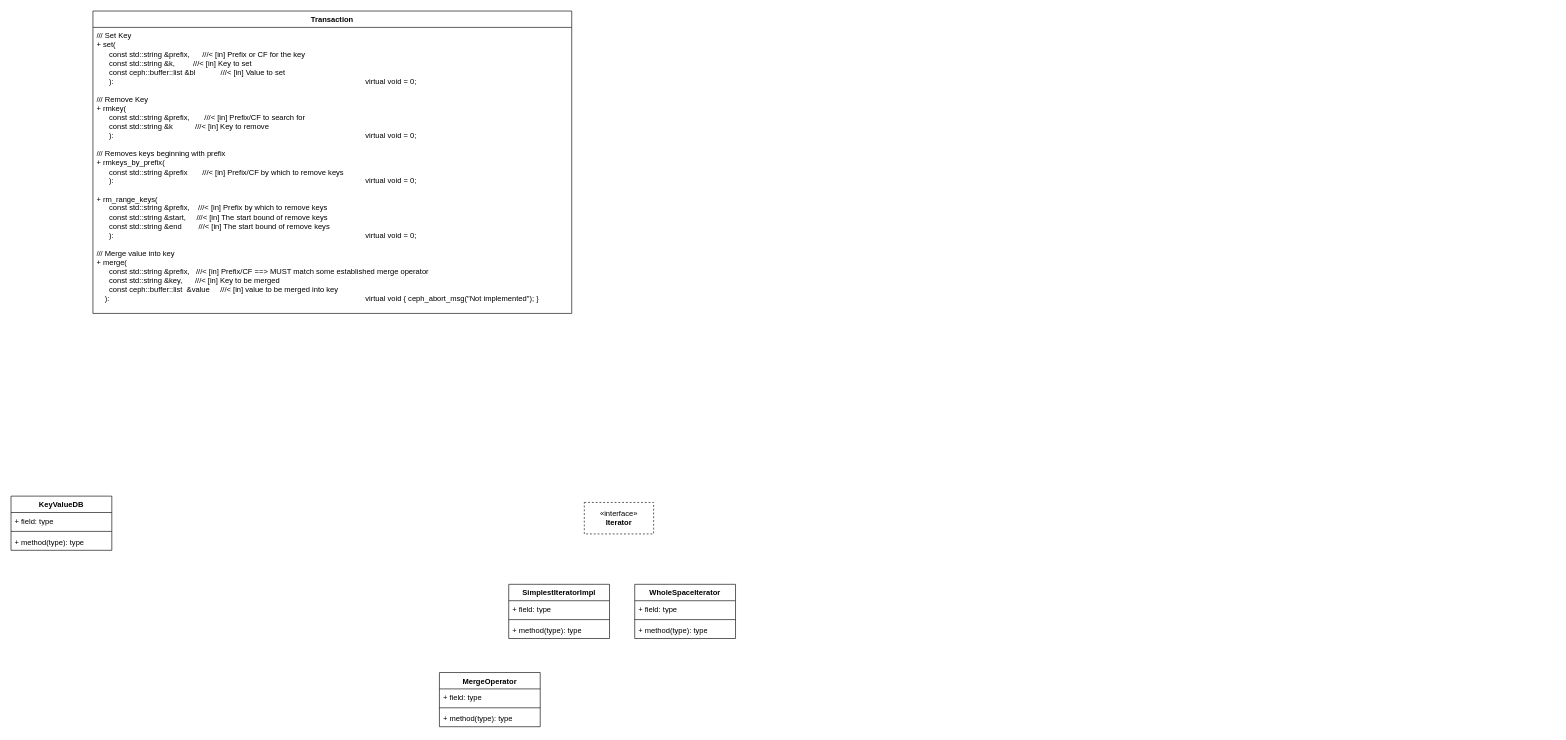
This is KeyValueDB.drawio from 1253757553/drawIO, a draw.io file, before an edit. Source tidied: cells renumbered, new cells numbered last; positions are measured from the earlier drawing's top-left corner, leaving out a move shared by most shapes. Both pictures are drawn from the tidied source at 63%, with x=0, y=0 at pixel (11, 11).
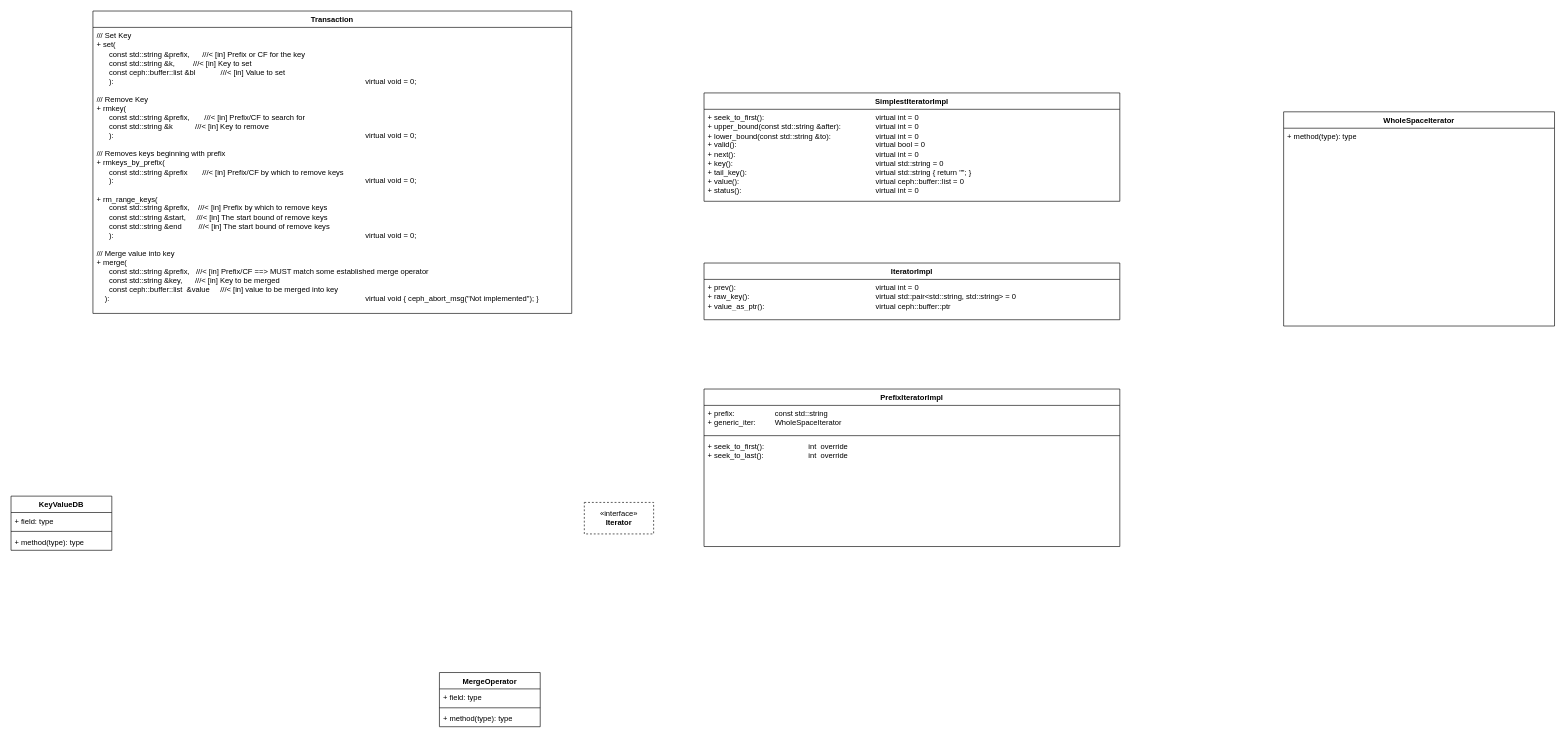
After the change.

What changed in the source:
```diff
@@
     <mxCell id="8" value="SimplestIteratorImpl" style="swimlane;fontStyle=1;align=center;verticalAlign=top;horizontal=1;startSize=26;whiteSpace=wrap;html=1;" parent="1" vertex="1">
-      <mxGeometry x="790" y="910" width="160" height="86" as="geometry" />
+      <mxGeometry x="1100" y="130" width="660" height="172" as="geometry" />
     </mxCell>
-    <mxCell id="9" value="+ field: type" style="text;strokeColor=none;fillColor=none;align=left;verticalAlign=top;spacingLeft=4;spacingRight=4;overflow=hidden;whiteSpace=wrap;html=1;" parent="8" vertex="1">
-      <mxGeometry y="26" width="160" height="26" as="geometry" />
-    </mxCell>
-    <mxCell id="10" style="line;strokeWidth=1;fillColor=none;align=left;verticalAlign=middle;spacingTop=-1;spacingLeft=3;spacingRight=3;labelPosition=right;strokeColor=inherit;" parent="8" vertex="1">
-      <mxGeometry y="52" width="160" height="8" as="geometry" />
-    </mxCell>
-    <mxCell id="11" value="+ method(type): type" style="text;strokeColor=none;fillColor=none;align=left;verticalAlign=top;spacingLeft=4;spacingRight=4;overflow=hidden;whiteSpace=wrap;html=1;" parent="8" vertex="1">
-      <mxGeometry y="60" width="160" height="26" as="geometry" />
+    <mxCell id="11" value="&lt;font&gt;+ seek_to_first():&amp;nbsp;&lt;span style=&quot;white-space: pre;&quot;&gt;&#9;&lt;/span&gt;&lt;span style=&quot;white-space: pre;&quot;&gt;&#9;&lt;span style=&quot;white-space: pre;&quot;&gt;&#9;&lt;/span&gt;&lt;span style=&quot;white-space: pre;&quot;&gt;&#9;&lt;/span&gt;&lt;span style=&quot;white-space: pre;&quot;&gt;&#9;&lt;/span&gt;&lt;span style=&quot;white-space: pre;&quot;&gt;&#9;&lt;/span&gt;&lt;span style=&quot;white-space: pre;&quot;&gt;&#9;&lt;/span&gt;&lt;/span&gt;virtual int = 0&lt;/font&gt;&lt;div&gt;&lt;font&gt;+&amp;nbsp;upper_bound(const std::string &amp;amp;after):&lt;span style=&quot;white-space: pre;&quot;&gt;&#9;&lt;span style=&quot;white-space: pre;&quot;&gt;&#9;&lt;/span&gt;&lt;/span&gt;&lt;span style=&quot;background-color: transparent;&quot;&gt;virtual int = 0&lt;/span&gt;&lt;/font&gt;&lt;/div&gt;&lt;div&gt;&lt;font&gt;&lt;span style=&quot;background-color: transparent;&quot;&gt;+&amp;nbsp;&lt;/span&gt;&lt;span style=&quot;background-color: transparent;&quot;&gt;lower_bound(const std::string &amp;amp;to):&lt;span style=&quot;white-space: pre;&quot;&gt;&#9;&lt;/span&gt;&lt;span style=&quot;white-space: pre;&quot;&gt;&#9;&lt;/span&gt;&lt;span style=&quot;white-space: pre;&quot;&gt;&#9;&lt;/span&gt;&lt;/span&gt;&lt;span style=&quot;background-color: transparent;&quot;&gt;virtual int = 0&lt;/span&gt;&lt;/font&gt;&lt;/div&gt;&lt;div&gt;&lt;font&gt;&lt;span style=&quot;background-color: transparent;&quot;&gt;+&amp;nbsp;&lt;/span&gt;&lt;span style=&quot;background-color: transparent;&quot;&gt;valid():&lt;span style=&quot;white-space: pre;&quot;&gt;&#9;&lt;/span&gt;&lt;span style=&quot;white-space: pre;&quot;&gt;&#9;&lt;/span&gt;&lt;span style=&quot;white-space: pre;&quot;&gt;&#9;&lt;/span&gt;&lt;span style=&quot;white-space: pre;&quot;&gt;&#9;&lt;/span&gt;&lt;span style=&quot;white-space: pre;&quot;&gt;&#9;&lt;/span&gt;&lt;span style=&quot;white-space: pre;&quot;&gt;&#9;&lt;/span&gt;&lt;span style=&quot;white-space: pre;&quot;&gt;&#9;&lt;/span&gt;&lt;span style=&quot;white-space: pre;&quot;&gt;&#9;&lt;/span&gt;&lt;span style=&quot;white-space: pre;&quot;&gt;&#9;&lt;/span&gt;&lt;/span&gt;&lt;span style=&quot;background-color: transparent;&quot;&gt;virtual bool = 0&lt;/span&gt;&lt;/font&gt;&lt;/div&gt;&lt;div&gt;&lt;font&gt;&lt;span style=&quot;background-color: transparent;&quot;&gt;+&amp;nbsp;&lt;/span&gt;&lt;span style=&quot;background-color: transparent;&quot;&gt;next():&lt;span style=&quot;white-space: pre;&quot;&gt;&#9;&lt;/span&gt;&lt;span style=&quot;white-space: pre;&quot;&gt;&#9;&lt;/span&gt;&lt;span style=&quot;white-space: pre;&quot;&gt;&#9;&lt;/span&gt;&lt;span style=&quot;white-space: pre;&quot;&gt;&#9;&lt;/span&gt;&lt;span style=&quot;white-space: pre;&quot;&gt;&#9;&lt;/span&gt;&lt;span style=&quot;white-space: pre;&quot;&gt;&#9;&lt;/span&gt;&lt;span style=&quot;white-space: pre;&quot;&gt;&#9;&lt;/span&gt;&lt;span style=&quot;white-space: pre;&quot;&gt;&#9;&lt;/span&gt;&lt;span style=&quot;white-space: pre;&quot;&gt;&#9;&lt;/span&gt;&lt;/span&gt;&lt;span style=&quot;background-color: transparent;&quot;&gt;virtual int = 0&lt;/span&gt;&lt;/font&gt;&lt;/div&gt;&lt;div&gt;&lt;font&gt;&lt;span style=&quot;background-color: transparent;&quot;&gt;+&amp;nbsp;&lt;/span&gt;&lt;span style=&quot;background-color: transparent;&quot;&gt;key():&lt;span style=&quot;white-space: pre;&quot;&gt;&#9;&lt;/span&gt;&lt;span style=&quot;white-space: pre;&quot;&gt;&#9;&lt;/span&gt;&lt;span style=&quot;white-space: pre;&quot;&gt;&#9;&lt;/span&gt;&lt;span style=&quot;white-space: pre;&quot;&gt;&#9;&lt;/span&gt;&lt;span style=&quot;white-space: pre;&quot;&gt;&#9;&lt;/span&gt;&lt;span style=&quot;white-space: pre;&quot;&gt;&#9;&lt;/span&gt;&lt;span style=&quot;white-space: pre;&quot;&gt;&#9;&lt;/span&gt;&lt;span style=&quot;white-space: pre;&quot;&gt;&#9;&lt;/span&gt;&lt;span style=&quot;white-space: pre;&quot;&gt;&#9;&lt;/span&gt;&lt;/span&gt;&lt;span style=&quot;background-color: transparent;&quot;&gt;virtual std::string = 0&lt;/span&gt;&lt;/font&gt;&lt;/div&gt;&lt;div&gt;&lt;font&gt;&lt;span style=&quot;background-color: transparent;&quot;&gt;+&amp;nbsp;&lt;/span&gt;&lt;span style=&quot;background-color: transparent;&quot;&gt;tail_key():&lt;span style=&quot;white-space: pre;&quot;&gt;&#9;&lt;/span&gt;&lt;span style=&quot;white-space: pre;&quot;&gt;&#9;&lt;/span&gt;&lt;span style=&quot;white-space: pre;&quot;&gt;&#9;&lt;/span&gt;&lt;span style=&quot;white-space: pre;&quot;&gt;&#9;&lt;/span&gt;&lt;span style=&quot;white-space: pre;&quot;&gt;&#9;&lt;/span&gt;&lt;span style=&quot;white-space: pre;&quot;&gt;&#9;&lt;/span&gt;&lt;span style=&quot;white-space: pre;&quot;&gt;&#9;&lt;/span&gt;&lt;span style=&quot;white-space: pre;&quot;&gt;&#9;&lt;/span&gt;&lt;/span&gt;&lt;span style=&quot;background-color: transparent;&quot;&gt;virtual std::string { return &quot;&quot;; }&lt;/span&gt;&lt;/font&gt;&lt;/div&gt;&lt;div&gt;&lt;font&gt;&lt;span style=&quot;background-color: transparent;&quot;&gt;+&amp;nbsp;&lt;/span&gt;&lt;span style=&quot;background-color: transparent;&quot;&gt;value():&lt;span style=&quot;white-space: pre;&quot;&gt;&#9;&lt;/span&gt;&lt;span style=&quot;white-space: pre;&quot;&gt;&#9;&lt;/span&gt;&lt;span style=&quot;white-space: pre;&quot;&gt;&#9;&lt;/span&gt;&lt;span style=&quot;white-space: pre;&quot;&gt;&#9;&lt;/span&gt;&lt;span style=&quot;white-space: pre;&quot;&gt;&#9;&lt;/span&gt;&lt;span style=&quot;white-space: pre;&quot;&gt;&#9;&lt;/span&gt;&lt;span style=&quot;white-space: pre;&quot;&gt;&#9;&lt;/span&gt;&lt;span style=&quot;white-space: pre;&quot;&gt;&#9;&lt;/span&gt;&lt;span style=&quot;white-space: pre;&quot;&gt;&#9;&lt;/span&gt;&lt;/span&gt;&lt;span style=&quot;background-color: transparent;&quot;&gt;virtual ceph::buffer::list = 0&lt;/span&gt;&lt;/font&gt;&lt;/div&gt;&lt;div&gt;&lt;font&gt;&lt;span style=&quot;background-color: transparent;&quot;&gt;+&amp;nbsp;&lt;/span&gt;&lt;span style=&quot;background-color: transparent;&quot;&gt;status():&lt;span style=&quot;white-space: pre;&quot;&gt;&#9;&lt;/span&gt;&lt;span style=&quot;white-space: pre;&quot;&gt;&#9;&lt;/span&gt;&lt;span style=&quot;white-space: pre;&quot;&gt;&#9;&lt;/span&gt;&lt;span style=&quot;white-space: pre;&quot;&gt;&#9;&lt;/span&gt;&lt;span style=&quot;white-space: pre;&quot;&gt;&#9;&lt;/span&gt;&lt;span style=&quot;white-space: pre;&quot;&gt;&#9;&lt;/span&gt;&lt;span style=&quot;white-space: pre;&quot;&gt;&#9;&lt;/span&gt;&lt;span style=&quot;white-space: pre;&quot;&gt;&#9;&lt;/span&gt;&lt;/span&gt;&lt;span style=&quot;background-color: transparent;&quot;&gt;virtual int = 0&lt;/span&gt;&lt;/font&gt;&lt;/div&gt;" style="text;strokeColor=none;fillColor=none;align=left;verticalAlign=top;spacingLeft=4;spacingRight=4;overflow=hidden;whiteSpace=wrap;html=1;" parent="8" vertex="1">
+      <mxGeometry y="26" width="660" height="146" as="geometry" />
     </mxCell>
     <mxCell id="12" value="WholeSpaceIterator" style="swimlane;fontStyle=1;align=center;verticalAlign=top;horizontal=1;startSize=26;whiteSpace=wrap;html=1;" parent="1" vertex="1">
-      <mxGeometry x="990" y="910" width="160" height="86" as="geometry" />
+      <mxGeometry x="2020" y="160" width="430" height="340" as="geometry" />
     </mxCell>
-    <mxCell id="13" value="+ field: type" style="text;strokeColor=none;fillColor=none;align=left;verticalAlign=top;spacingLeft=4;spacingRight=4;overflow=hidden;whiteSpace=wrap;html=1;" parent="12" vertex="1">
-      <mxGeometry y="26" width="160" height="26" as="geometry" />
-    </mxCell>
-    <mxCell id="14" style="line;strokeWidth=1;fillColor=none;align=left;verticalAlign=middle;spacingTop=-1;spacingLeft=3;spacingRight=3;labelPosition=right;strokeColor=inherit;" parent="12" vertex="1">
-      <mxGeometry y="52" width="160" height="8" as="geometry" />
-    </mxCell>
     <mxCell id="15" value="+ method(type): type" style="text;strokeColor=none;fillColor=none;align=left;verticalAlign=top;spacingLeft=4;spacingRight=4;overflow=hidden;whiteSpace=wrap;html=1;" parent="12" vertex="1">
-      <mxGeometry y="60" width="160" height="26" as="geometry" />
+      <mxGeometry y="26" width="430" height="314" as="geometry" />
     </mxCell>
@@
+    <mxCell id="21" value="IteratorImpl" style="swimlane;fontStyle=1;align=center;verticalAlign=top;horizontal=1;startSize=26;whiteSpace=wrap;html=1;" parent="1" vertex="1">
+      <mxGeometry x="1100" y="400" width="660" height="90" as="geometry" />
+    </mxCell>
+    <mxCell id="22" value="&lt;div&gt;&lt;font&gt;+&amp;nbsp;prev():&lt;span style=&quot;white-space: pre;&quot;&gt;&#9;&lt;/span&gt;&lt;span style=&quot;white-space: pre;&quot;&gt;&#9;&lt;/span&gt;&lt;span style=&quot;white-space: pre;&quot;&gt;&#9;&lt;/span&gt;&lt;span style=&quot;white-space: pre;&quot;&gt;&#9;&lt;/span&gt;&lt;span style=&quot;white-space: pre;&quot;&gt;&#9;&lt;/span&gt;&lt;span style=&quot;white-space: pre;&quot;&gt;&#9;&lt;/span&gt;&lt;span style=&quot;white-space: pre;&quot;&gt;&#9;&lt;/span&gt;&lt;span style=&quot;white-space: pre;&quot;&gt;&#9;&lt;/span&gt;&lt;span style=&quot;white-space: pre;&quot;&gt;&#9;&lt;/span&gt;&lt;span style=&quot;background-color: transparent;&quot;&gt;virtual int = 0&lt;/span&gt;&lt;/font&gt;&lt;/div&gt;&lt;div&gt;&lt;font&gt;&lt;span style=&quot;background-color: transparent;&quot;&gt;+&amp;nbsp;&lt;/span&gt;&lt;span style=&quot;background-color: transparent;&quot;&gt;raw_key():&lt;span style=&quot;white-space: pre;&quot;&gt;&#9;&lt;/span&gt;&lt;span style=&quot;white-space: pre;&quot;&gt;&#9;&lt;/span&gt;&lt;span style=&quot;white-space: pre;&quot;&gt;&#9;&lt;/span&gt;&lt;span style=&quot;white-space: pre;&quot;&gt;&#9;&lt;/span&gt;&lt;span style=&quot;white-space: pre;&quot;&gt;&#9;&lt;/span&gt;&lt;span style=&quot;white-space: pre;&quot;&gt;&#9;&lt;/span&gt;&lt;span style=&quot;white-space: pre;&quot;&gt;&#9;&lt;/span&gt;&lt;span style=&quot;white-space: pre;&quot;&gt;&#9;&lt;/span&gt;&lt;/span&gt;&lt;span style=&quot;background-color: transparent;&quot;&gt;virtual std::pair&amp;lt;std::string, std::string&amp;gt; = 0&lt;/span&gt;&lt;/font&gt;&lt;/div&gt;&lt;div&gt;&lt;font&gt;+&amp;nbsp;value_as_ptr():&lt;span style=&quot;white-space: pre;&quot;&gt;&#9;&lt;/span&gt;&lt;span style=&quot;white-space: pre;&quot;&gt;&#9;&lt;/span&gt;&lt;span style=&quot;white-space: pre;&quot;&gt;&#9;&lt;/span&gt;&lt;span style=&quot;white-space: pre;&quot;&gt;&#9;&lt;/span&gt;&lt;span style=&quot;white-space: pre;&quot;&gt;&#9;&lt;/span&gt;&lt;span style=&quot;white-space: pre;&quot;&gt;&#9;&lt;/span&gt;&lt;span style=&quot;white-space: pre;&quot;&gt;&#9;&lt;/span&gt;&lt;span style=&quot;background-color: transparent;&quot;&gt;virtual ceph::buffer::ptr&lt;/span&gt;&lt;/font&gt;&lt;/div&gt;" style="text;strokeColor=none;fillColor=none;align=left;verticalAlign=top;spacingLeft=4;spacingRight=4;overflow=hidden;whiteSpace=wrap;html=1;" parent="21" vertex="1">
+      <mxGeometry y="26" width="660" height="64" as="geometry" />
+    </mxCell>
+    <mxCell id="23" value="PrefixIteratorImpl" style="swimlane;fontStyle=1;align=center;verticalAlign=top;horizontal=1;startSize=26;whiteSpace=wrap;html=1;" parent="1" vertex="1">
+      <mxGeometry x="1100" y="600" width="660" height="250" as="geometry" />
+    </mxCell>
+    <mxCell id="24" value="&lt;font&gt;+ prefi&lt;span&gt;&lt;font style=&quot;color: rgb(0, 0, 0);&quot;&gt;x&lt;/font&gt;&lt;/span&gt;:&amp;nbsp;&lt;span style=&quot;white-space: pre;&quot;&gt;&#9;&lt;span style=&quot;white-space: pre;&quot;&gt;&#9;&lt;/span&gt;&lt;span style=&quot;white-space: pre;&quot;&gt;&#9;&lt;/span&gt;&lt;/span&gt;const std::string&lt;/font&gt;&lt;div&gt;&lt;font&gt;+&amp;nbsp;generic_iter:&lt;span style=&quot;white-space: pre;&quot;&gt;&#9;&lt;/span&gt;&lt;span style=&quot;white-space: pre;&quot;&gt;&#9;&lt;/span&gt;&lt;/font&gt;&lt;span style=&quot;background-color: transparent;&quot;&gt;WholeSpaceIterator&lt;/span&gt;&lt;/div&gt;" style="text;strokeColor=none;fillColor=none;align=left;verticalAlign=top;spacingLeft=4;spacingRight=4;overflow=hidden;whiteSpace=wrap;html=1;" parent="23" vertex="1">
+      <mxGeometry y="26" width="660" height="44" as="geometry" />
+    </mxCell>
+    <mxCell id="25" style="line;strokeWidth=1;fillColor=none;align=left;verticalAlign=middle;spacingTop=-1;spacingLeft=3;spacingRight=3;labelPosition=right;strokeColor=inherit;" parent="23" vertex="1">
+      <mxGeometry y="70" width="660" height="8" as="geometry" />
+    </mxCell>
+    <mxCell id="26" value="+ seek_to_first():&amp;nbsp;&lt;span style=&quot;white-space: pre;&quot;&gt;&#9;&lt;/span&gt;&lt;span style=&quot;white-space: pre;&quot;&gt;&#9;&lt;/span&gt;&lt;span style=&quot;white-space: pre;&quot;&gt;&#9;&lt;/span&gt;int&amp;nbsp;&amp;nbsp;override&lt;div&gt;+&amp;nbsp;seek_to_last():&lt;span style=&quot;white-space: pre;&quot;&gt;&#9;&lt;/span&gt;&lt;span style=&quot;white-space: pre;&quot;&gt;&#9;&lt;/span&gt;&lt;span style=&quot;white-space: pre;&quot;&gt;&#9;&lt;/span&gt;&lt;span style=&quot;background-color: transparent; color: light-dark(rgb(0, 0, 0), rgb(255, 255, 255));&quot;&gt;int&amp;nbsp;&amp;nbsp;override&lt;/span&gt;&lt;/div&gt;" style="text;strokeColor=none;fillColor=none;align=left;verticalAlign=top;spacingLeft=4;spacingRight=4;overflow=hidden;whiteSpace=wrap;html=1;" parent="23" vertex="1">
+      <mxGeometry y="78" width="660" height="172" as="geometry" />
+    </mxCell>
```
